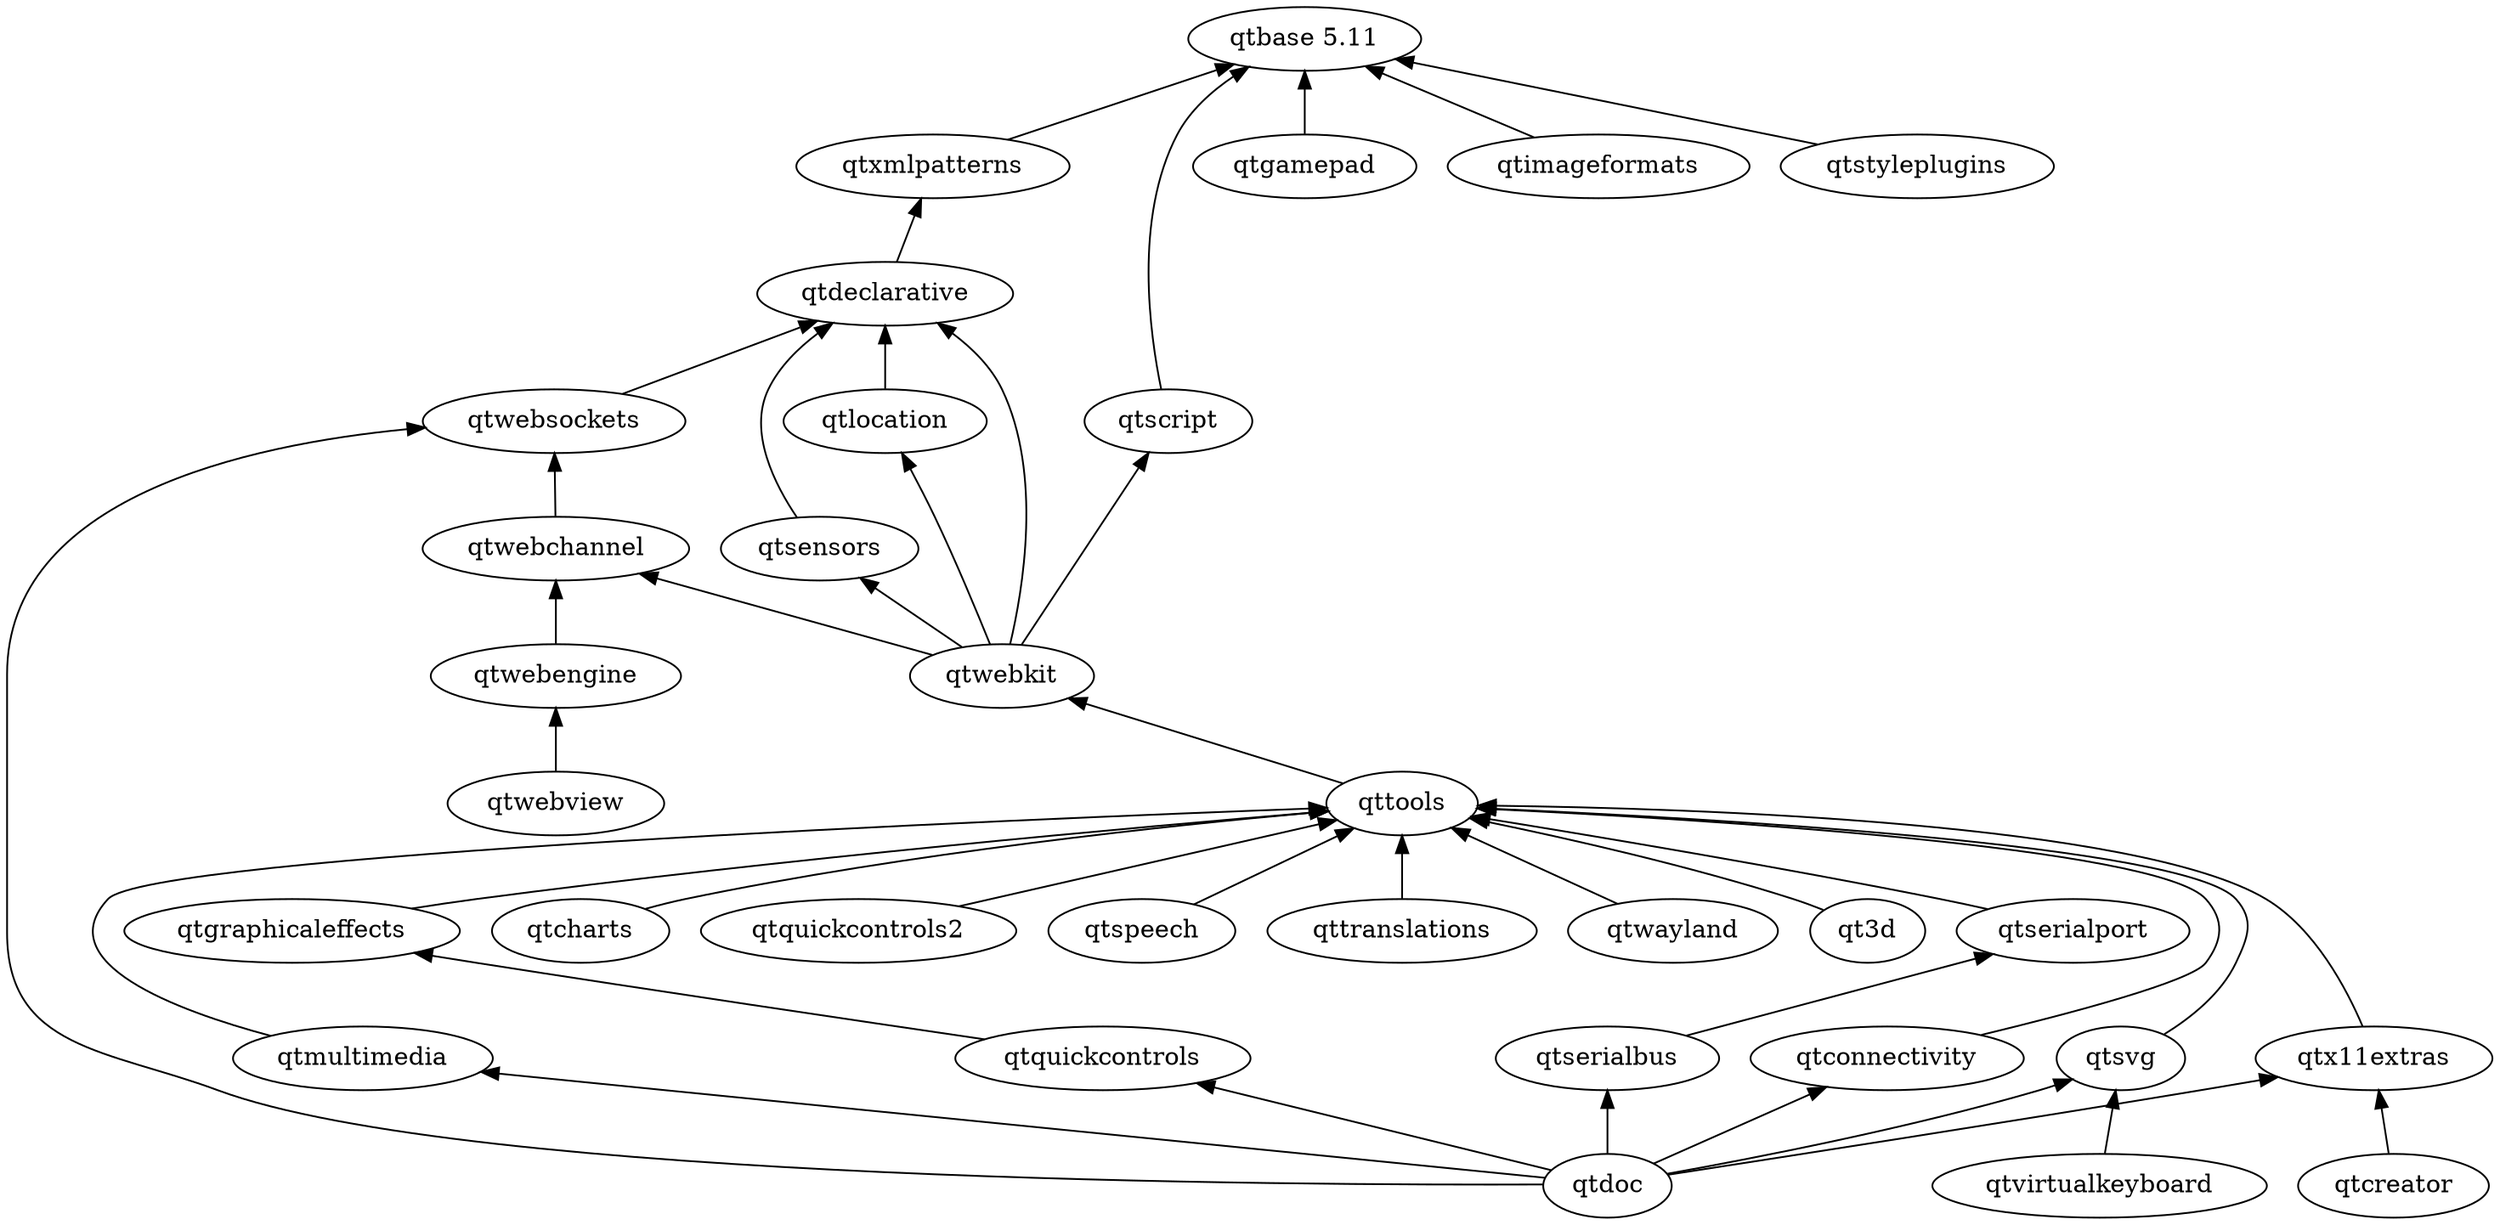
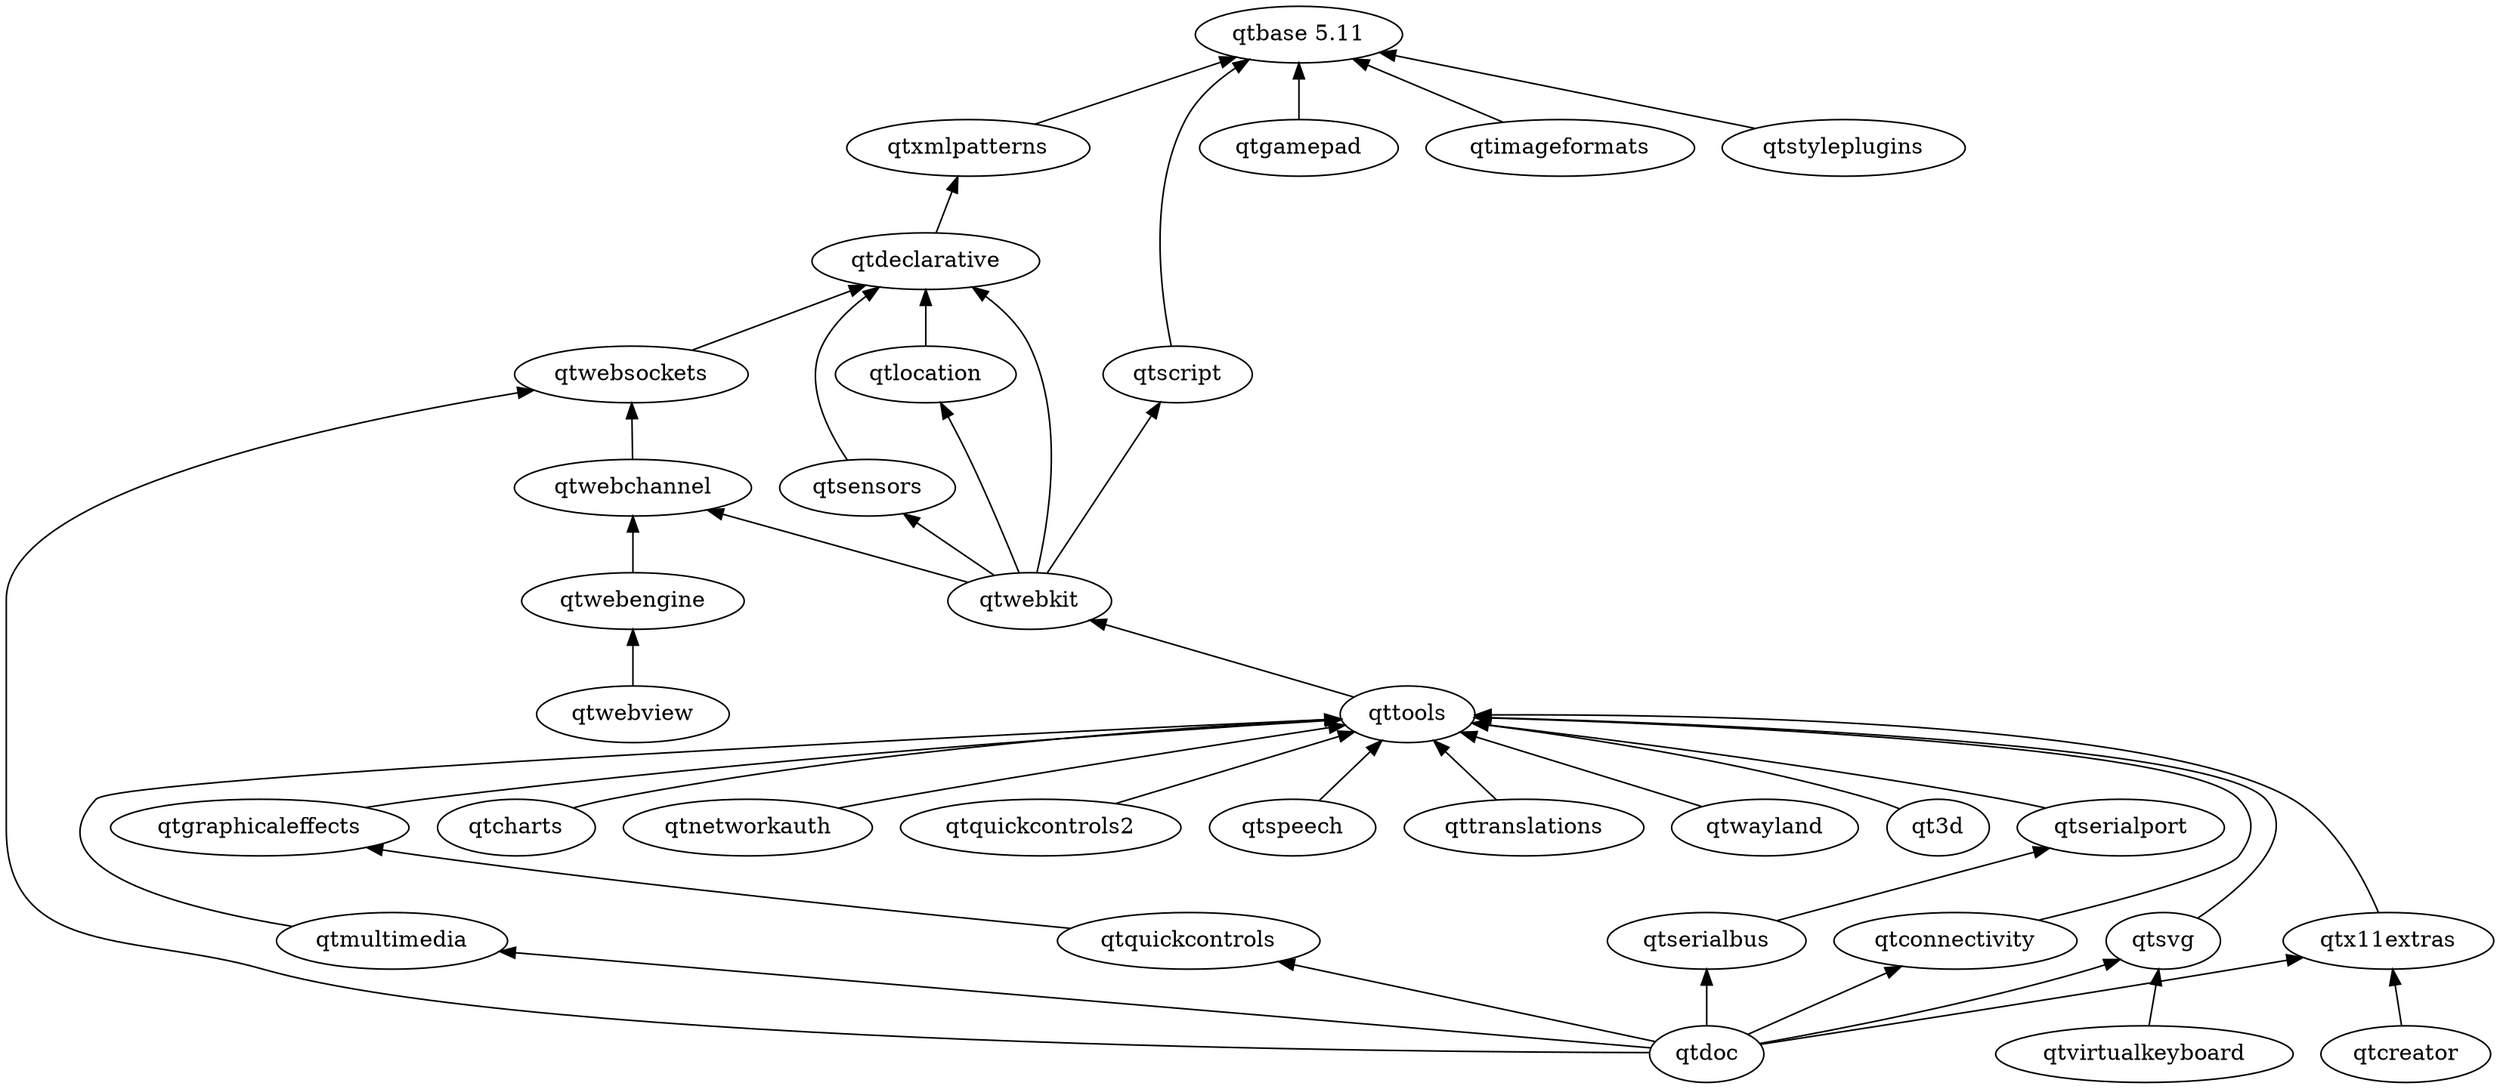
digraph qt5 {
  graph [
    rankdir = "BT"
  ]

  qt3d
  "qtbase 5.11"
  qtcharts
  qtconnectivity
  qtcreator
  qtdeclarative
  qtdoc
  qtgamepad
  qtgraphicaleffects
  qtimageformats
  qtlocation
  qtmultimedia
+   qtnetworkauth
  qtquickcontrols
  qtquickcontrols2
  qtscript
  qtsensors
  qtserialbus
  qtserialport
  qtspeech
  qtstyleplugins
  qtsvg
  qttools
  qttranslations
  qtvirtualkeyboard
  qtwayland
  qtwebchannel
  qtwebengine
  qtwebkit
  qtwebsockets
  qtx11extras
  qtxmlpatterns

  qt3d -> qttools
  qtcharts -> qttools
  qtconnectivity -> qttools
  qtcreator -> qtx11extras
  qtdeclarative -> qtxmlpatterns
  qtdoc -> qtconnectivity
  qtdoc -> qtmultimedia
  qtdoc -> qtquickcontrols
  qtdoc -> qtserialbus
  qtdoc -> qtsvg
  qtdoc -> qtwebsockets
  qtdoc -> qtx11extras
  qtgamepad -> "qtbase 5.11"
  qtgraphicaleffects -> qttools
  qtimageformats -> "qtbase 5.11"
  qtlocation -> qtdeclarative
  qtmultimedia -> qttools
+   qtnetworkauth -> qttools
  qtquickcontrols -> qtgraphicaleffects
  qtquickcontrols2 -> qttools
  qtscript -> "qtbase 5.11"
  qtsensors ->qtdeclarative
  qtserialbus -> qtserialport
  qtserialport -> qttools
  qtspeech -> qttools
  qtstyleplugins -> "qtbase 5.11"
  qtsvg -> qttools
  qttools -> qtwebkit
  qttranslations -> qttools
  qtvirtualkeyboard -> qtsvg
  qtwayland -> qttools
  qtwebchannel -> qtwebsockets
  qtwebengine -> qtwebchannel
  qtwebview -> qtwebengine
  qtwebkit -> qtdeclarative
  qtwebkit -> qtlocation
  qtwebkit -> qtscript
  qtwebkit -> qtsensors
  qtwebkit -> qtwebchannel
  qtwebsockets -> qtdeclarative
  qtx11extras -> qttools
  qtxmlpatterns -> "qtbase 5.11"
}
